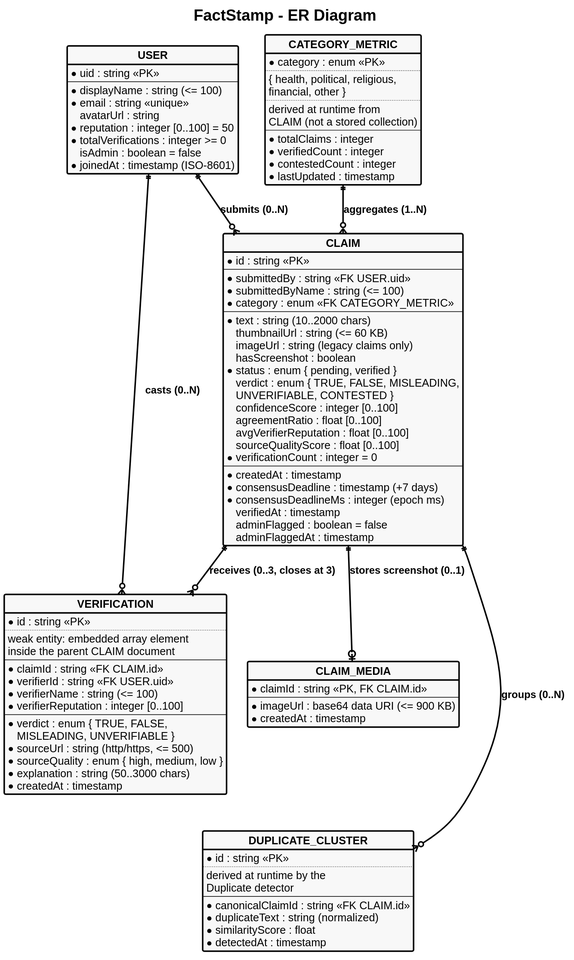
Above: FactStamp/main_blackbook/03_Requirements_and_Analysis/attachments/er_diagram.svg in aadish0day/typst (PlantUML), before the change.
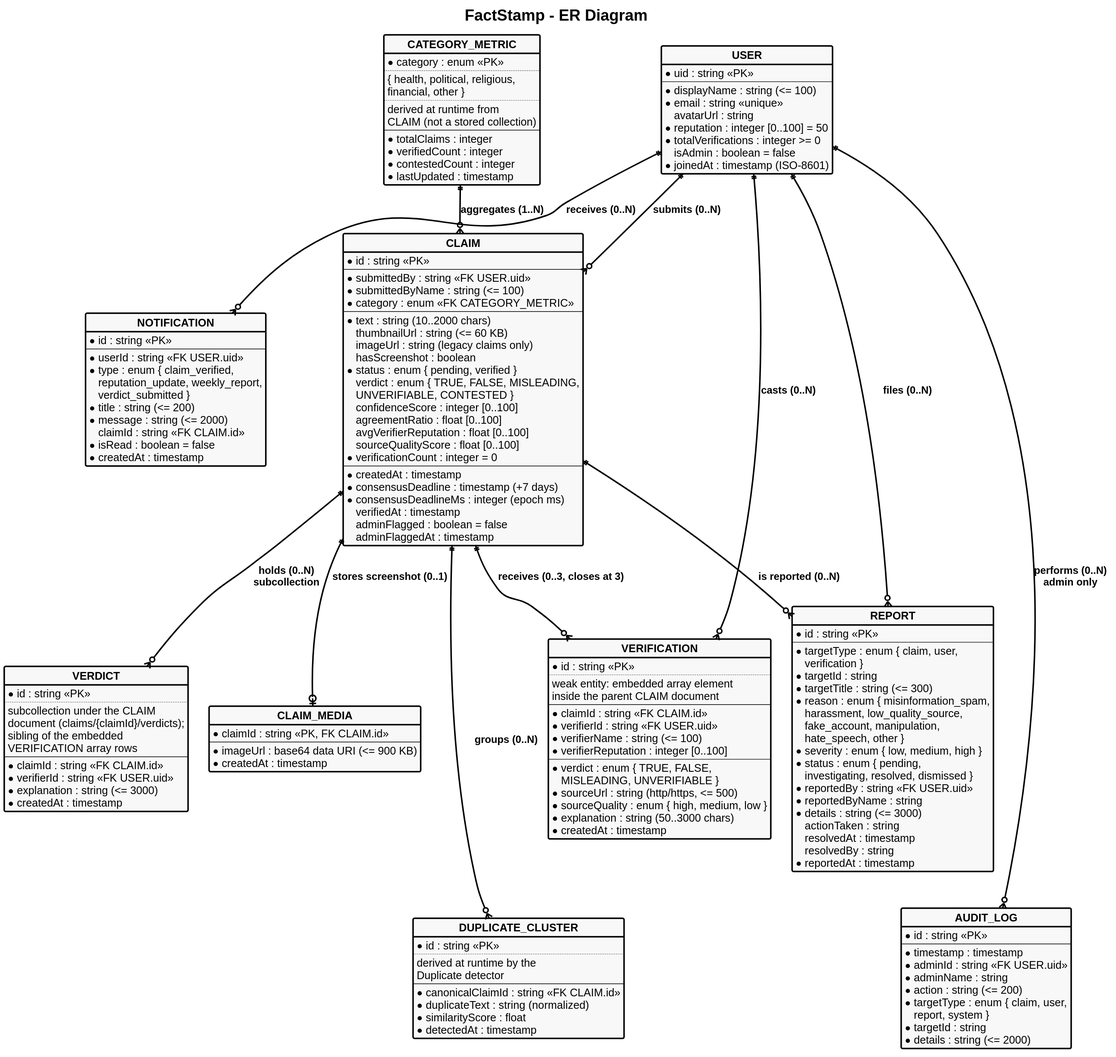
After the change.

Change to the diagram source:
```diff
@@ -109,6 +109,70 @@
   * createdAt : timestamp
 }
 
+entity "NOTIFICATION" as Notification {
+  * id : string <<PK>>
+  --
+  * userId : string <<FK USER.uid>>
+  * type : enum { claim_verified,
+  reputation_update, weekly_report,
+  verdict_submitted }
+  * title : string (<= 200)
+  * message : string (<= 2000)
+  claimId : string <<FK CLAIM.id>>
+  * isRead : boolean = false
+  * createdAt : timestamp
+}
+
+entity "VERDICT" as Verdict {
+  * id : string <<PK>>
+  ..
+  subcollection under the CLAIM
+  document (claims/{claimId}/verdicts);
+  sibling of the embedded
+  VERIFICATION array rows
+  --
+  * claimId : string <<FK CLAIM.id>>
+  * verifierId : string <<FK USER.uid>>
+  * explanation : string (<= 3000)
+  * createdAt : timestamp
+}
+
+entity "REPORT" as Report {
+  * id : string <<PK>>
+  --
+  * targetType : enum { claim, user,
+  verification }
+  * targetId : string
+  * targetTitle : string (<= 300)
+  * reason : enum { misinformation_spam,
+  harassment, low_quality_source,
+  fake_account, manipulation,
+  hate_speech, other }
+  * severity : enum { low, medium, high }
+  * status : enum { pending,
+  investigating, resolved, dismissed }
+  * reportedBy : string <<FK USER.uid>>
+  * reportedByName : string
+  * details : string (<= 3000)
+  actionTaken : string
+  resolvedAt : timestamp
+  resolvedBy : string
+  * reportedAt : timestamp
+}
+
+entity "AUDIT_LOG" as AuditLog {
+  * id : string <<PK>>
+  --
+  * timestamp : timestamp
+  * adminId : string <<FK USER.uid>>
+  * adminName : string
+  * action : string (<= 200)
+  * targetType : enum { claim, user,
+  report, system }
+  * targetId : string
+  * details : string (<= 2000)
+}
+
 entity "DUPLICATE_CLUSTER" as DuplicateCluster {
   * id : string <<PK>>
   ..
@@ -127,6 +191,13 @@
 User ||--o{ Verification : "casts (0..N)"
 Claim ||--o{ DuplicateCluster : "groups (0..N)"
 Claim ||--o| ClaimMedia : "stores screenshot (0..1)"
+User ||--o{ Notification : "receives (0..N)"
+Claim ||--o{ Verdict : "holds (0..N)\nsubcollection"
+User ||--o{ Report : "files (0..N)"
+Claim ||--o{ Report : "is reported (0..N)"
+User ||--o{ AuditLog : "performs (0..N)\nadmin only"
 
 Verification -[hidden]down-> DuplicateCluster
+Notification -[hidden]down- Verdict
+Report -[hidden]down- AuditLog
 @enduml
```
